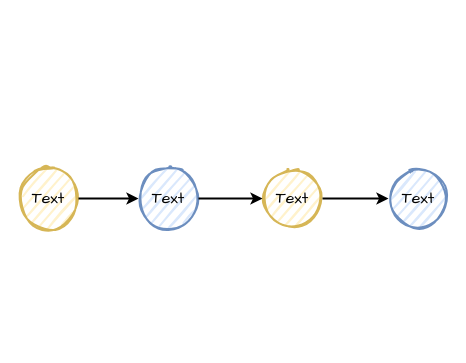
The draw.io diagram 24-swap-nodes-in-pairs.drawio in LuoSue/sscdn, before the edit. Source tidied: cells renumbered, new cells numbered last; positions are measured from the earlier drawing's top-left corner, leaving out a move shared by most shapes. Both pictures are drawn from the tidied source at 100%, with x=0, y=0 at pixel (18, 168).
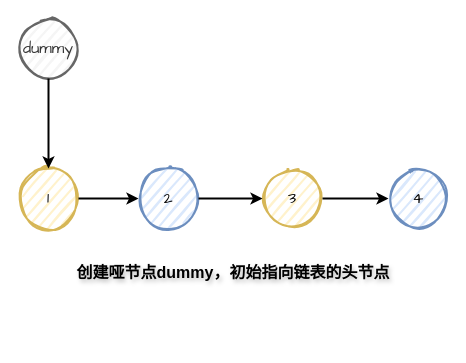
The same page after the edit.

Change to the diagram source:
```diff
@@
 <mxGraphModel>
   <root>
     <mxCell id="0" />
     <mxCell id="1" parent="0" />
-    <mxCell id="2" value="Text" style="ellipse;whiteSpace=wrap;html=1;strokeWidth=2;fillWeight=2;hachureGap=8;fillColor=#fff2cc;fillStyle=dots;sketch=1;strokeColor=#d6b656;fontFamily=Comic Sans MS;fontSize=16;" parent="1" vertex="1">
+    <mxCell id="2" value="1" style="ellipse;whiteSpace=wrap;html=1;strokeWidth=2;fillWeight=2;hachureGap=8;fillColor=#fff2cc;fillStyle=dots;sketch=1;strokeColor=#d6b656;fontFamily=Comic Sans MS;fontSize=16;" parent="1" vertex="1">
       <mxGeometry width="60" height="60" as="geometry" />
     </mxCell>
-    <mxCell id="3" value="Text" style="ellipse;whiteSpace=wrap;html=1;strokeWidth=2;fillWeight=2;hachureGap=8;fillColor=#dae8fc;fillStyle=dots;sketch=1;strokeColor=#6c8ebf;fontFamily=Comic Sans MS;fontSize=16;" parent="1" vertex="1">
+    <mxCell id="3" value="2" style="ellipse;whiteSpace=wrap;html=1;strokeWidth=2;fillWeight=2;hachureGap=8;fillColor=#dae8fc;fillStyle=dots;sketch=1;strokeColor=#6c8ebf;fontFamily=Comic Sans MS;fontSize=16;" parent="1" vertex="1">
       <mxGeometry x="120" width="60" height="60" as="geometry" />
     </mxCell>
-    <mxCell id="4" value="Text" style="ellipse;whiteSpace=wrap;html=1;strokeWidth=2;fillWeight=2;hachureGap=8;fillColor=#fff2cc;fillStyle=dots;sketch=1;strokeColor=#d6b656;fontFamily=Comic Sans MS;fontSize=16;" parent="1" vertex="1">
+    <mxCell id="4" value="3" style="ellipse;whiteSpace=wrap;html=1;strokeWidth=2;fillWeight=2;hachureGap=8;fillColor=#fff2cc;fillStyle=dots;sketch=1;strokeColor=#d6b656;fontFamily=Comic Sans MS;fontSize=16;" parent="1" vertex="1">
       <mxGeometry x="244" width="60" height="60" as="geometry" />
     </mxCell>
-    <mxCell id="5" value="Text" style="ellipse;whiteSpace=wrap;html=1;strokeWidth=2;fillWeight=2;hachureGap=8;fillColor=#dae8fc;fillStyle=dots;sketch=1;strokeColor=#6c8ebf;fontFamily=Comic Sans MS;fontSize=16;" parent="1" vertex="1">
+    <mxCell id="5" value="4" style="ellipse;whiteSpace=wrap;html=1;strokeWidth=2;fillWeight=2;hachureGap=8;fillColor=#dae8fc;fillStyle=dots;sketch=1;strokeColor=#6c8ebf;fontFamily=Comic Sans MS;fontSize=16;" parent="1" vertex="1">
       <mxGeometry x="370" width="60" height="60" as="geometry" />
     </mxCell>
     <mxCell id="6" style="endArrow=classic;html=1;rounded=0;strokeWidth=2;exitX=1;exitY=0.5;exitDx=0;exitDy=0;entryX=0;entryY=0.5;entryDx=0;entryDy=0;" parent="1" edge="1" source="2" target="3">
       <mxGeometry relative="1" as="geometry" />
     </mxCell>
     <mxCell id="7" style="endArrow=classic;html=1;rounded=0;strokeWidth=2;exitX=1;exitY=0.5;exitDx=0;exitDy=0;entryX=0;entryY=0.5;entryDx=0;entryDy=0;" parent="1" edge="1" source="3" target="4">
       <mxGeometry relative="1" as="geometry" />
     </mxCell>
     <mxCell id="8" style="endArrow=classic;html=1;rounded=0;strokeWidth=2;exitX=1;exitY=0.5;exitDx=0;exitDy=0;entryX=0;entryY=0.5;entryDx=0;entryDy=0;" parent="1" edge="1" source="4" target="5">
       <mxGeometry relative="1" as="geometry" />
     </mxCell>
+    <mxCell id="9" value="dummy" style="ellipse;whiteSpace=wrap;html=1;strokeWidth=2;fillWeight=2;hachureGap=8;fillColor=#f5f5f5;fillStyle=dots;sketch=1;strokeColor=#666666;fontFamily=Comic Sans MS;fontSize=16;fontColor=#333333;" parent="1" vertex="1">
+      <mxGeometry y="-150" width="60" height="60" as="geometry" />
+    </mxCell>
+    <mxCell id="10" style="endArrow=classic;html=1;rounded=0;strokeWidth=2;exitX=0.5;exitY=1;exitDx=0;exitDy=0;entryX=0.5;entryY=0;entryDx=0;entryDy=0;" parent="1" edge="1" source="9" target="2">
+      <mxGeometry relative="1" as="geometry" />
+    </mxCell>
+    <mxCell id="11" value="&lt;b&gt;创建哑节点dummy，初始指向链表的头节点&lt;/b&gt;" style="text;html=1;align=center;verticalAlign=middle;whiteSpace=wrap;rounded=0;fontSize=16;textShadow=1;fontFamily=HarmonyOS Sans;" parent="1" vertex="1">
+      <mxGeometry x="30" y="30" width="370" height="148" as="geometry" />
+    </mxCell>
   </root>
 </mxGraphModel>
```
